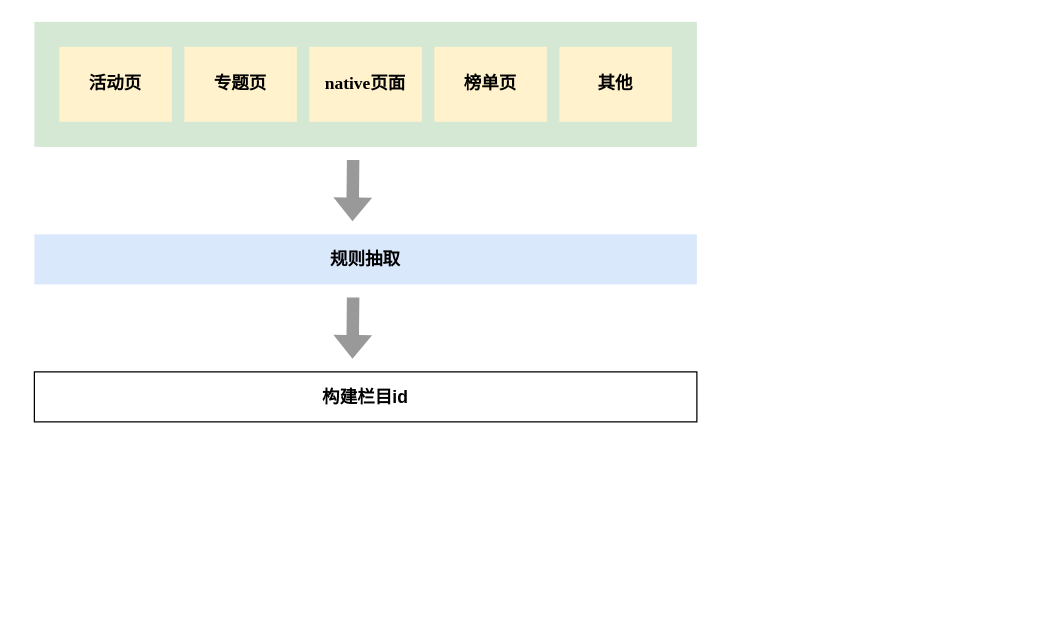
mineminemine123/work-wiki keeps this draw.io diagram as 栏目重构.drawio. Above is the earlier version. Source tidied: cells renumbered, new cells numbered last; positions are measured from the earlier drawing's top-left corner, leaving out a move shared by most shapes. Both pictures are drawn from the tidied source at 125%, with x=0, y=0 at pixel (34, 21).
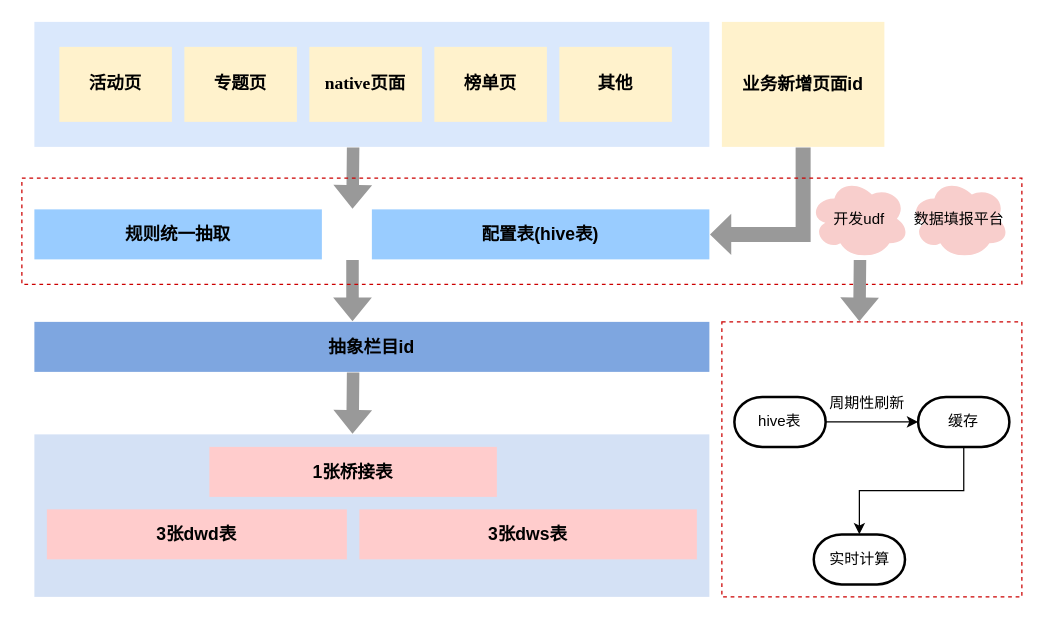
The same page after the edit.

Commit message:
更新栏目重构.drawio

What changed in the source:
```diff
@@
+    <mxCell id="12" style="rounded=0;whiteSpace=wrap;html=1;fontColor=none;fillColor=#D4E1F5;strokeColor=none;" parent="1" vertex="1">
+      <mxGeometry y="330" width="540" height="130" as="geometry" />
+    </mxCell>
-    <mxCell id="2" style="rounded=0;whiteSpace=wrap;html=1;fillColor=#D5E8D4;strokeColor=none;" parent="1" vertex="1">
-      <mxGeometry width="530" height="100" as="geometry" />
+    <mxCell id="2" style="rounded=0;whiteSpace=wrap;html=1;fillColor=#DAE8FC;strokeColor=none;" parent="1" vertex="1">
+      <mxGeometry width="540" height="100" as="geometry" />
     </mxCell>
@@
-    <mxCell id="6" value="&lt;div class=&quot;okr-block-clipboard&quot; style=&quot;font-size: 14px&quot;&gt;&lt;/div&gt;&lt;div style=&quot;font-size: 14px&quot;&gt;其他&lt;/div&gt;" style="rounded=0;whiteSpace=wrap;html=1;sketch=0;fontStyle=1;fontFamily=Times New Roman;fontSize=14;strokeColor=none;fillColor=#fff2cc;" parent="1" vertex="1">
+    <mxCell id="6" value="&lt;div class=&quot;okr-block-clipboard&quot; style=&quot;font-size: 14px&quot;&gt;&lt;/div&gt;&lt;div style=&quot;font-size: 14px&quot;&gt;其他&lt;/div&gt;" style="rounded=0;whiteSpace=wrap;html=1;sketch=0;fontStyle=1;fontFamily=Times New Roman;fontSize=14;strokeColor=none;fillColor=#FFF2CC;" parent="1" vertex="1">
       <mxGeometry x="420" y="20" width="90" height="60" as="geometry" />
     </mxCell>
-    <mxCell id="7" value="&lt;h3&gt;规则抽取&lt;/h3&gt;" style="rounded=0;whiteSpace=wrap;html=1;fillColor=#dae8fc;strokeColor=none;" parent="1" vertex="1">
-      <mxGeometry y="170" width="530" height="40" as="geometry" />
+    <mxCell id="7" value="&lt;h3&gt;规则统一抽取&lt;/h3&gt;" style="rounded=0;whiteSpace=wrap;html=1;fillColor=#99CCFF;strokeColor=none;" parent="1" vertex="1">
+      <mxGeometry y="150" width="230" height="40" as="geometry" />
     </mxCell>
-    <mxCell id="8" value="&lt;h3&gt;构建栏目id&lt;/h3&gt;" style="rounded=0;whiteSpace=wrap;html=1;" parent="1" vertex="1">
-      <mxGeometry y="280" width="530" height="40" as="geometry" />
+    <mxCell id="8" value="&lt;h3&gt;抽象栏目id&lt;/h3&gt;" style="rounded=0;whiteSpace=wrap;html=1;strokeColor=none;fillColor=#7EA6E0;" parent="1" vertex="1">
+      <mxGeometry y="240" width="540" height="40" as="geometry" />
     </mxCell>
@@
     <mxCell id="10" style="shape=flexArrow;endArrow=classic;html=1;rounded=0;strokeColor=none;fillColor=#999999;" parent="1" edge="1">
       <mxGeometry relative="1" as="geometry">
-        <mxPoint x="255" y="110" as="sourcePoint" />
-        <mxPoint x="254.5" y="160" as="targetPoint" />
+        <mxPoint x="255" y="100" as="sourcePoint" />
+        <mxPoint x="254.5" y="150" as="targetPoint" />
       </mxGeometry>
     </mxCell>
     <mxCell id="11" style="shape=flexArrow;endArrow=classic;html=1;rounded=0;strokeColor=none;fillColor=#999999;" parent="1" edge="1">
       <mxGeometry relative="1" as="geometry">
-        <mxPoint x="255" y="220" as="sourcePoint" />
-        <mxPoint x="254.5" y="270" as="targetPoint" />
+        <mxPoint x="254.5" y="190" as="sourcePoint" />
+        <mxPoint x="254.5" y="240" as="targetPoint" />
       </mxGeometry>
     </mxCell>
+    <mxCell id="13" value="&lt;h3&gt;1张桥接表&lt;/h3&gt;" style="rounded=0;whiteSpace=wrap;html=1;strokeColor=none;fillColor=#FFCCCC;" parent="1" vertex="1">
+      <mxGeometry x="140" y="340" width="230" height="40" as="geometry" />
+    </mxCell>
+    <mxCell id="14" value="&lt;h3&gt;3张dwd表&lt;/h3&gt;" style="rounded=0;whiteSpace=wrap;html=1;strokeColor=none;fillColor=#FFCCCC;" parent="1" vertex="1">
+      <mxGeometry x="10" y="390" width="240" height="40" as="geometry" />
+    </mxCell>
+    <mxCell id="15" value="&lt;h3&gt;3张dws表&lt;/h3&gt;" style="rounded=0;whiteSpace=wrap;html=1;strokeColor=none;fillColor=#FFCCCC;" parent="1" vertex="1">
+      <mxGeometry x="260" y="390" width="270" height="40" as="geometry" />
+    </mxCell>
+    <mxCell id="16" style="shape=flexArrow;endArrow=classic;html=1;rounded=0;strokeColor=none;fillColor=#999999;" parent="1" edge="1">
+      <mxGeometry relative="1" as="geometry">
+        <mxPoint x="255" y="280" as="sourcePoint" />
+        <mxPoint x="254.5" y="330" as="targetPoint" />
+      </mxGeometry>
+    </mxCell>
+    <mxCell id="17" value="&lt;h3&gt;配置表(hive表)&lt;/h3&gt;" style="rounded=0;whiteSpace=wrap;html=1;fillColor=#99CCFF;strokeColor=none;" parent="1" vertex="1">
+      <mxGeometry x="270" y="150" width="270" height="40" as="geometry" />
+    </mxCell>
+    <mxCell id="18" value="&lt;h3&gt;业务新增页面id&lt;/h3&gt;" style="rounded=0;whiteSpace=wrap;html=1;fillColor=#FFF2CC;strokeColor=none;" parent="1" vertex="1">
+      <mxGeometry x="550" width="130" height="100" as="geometry" />
+    </mxCell>
+    <mxCell id="19" style="shape=flexArrow;endArrow=classic;html=1;rounded=0;strokeColor=none;fillColor=#999999;entryX=1;entryY=0.5;entryDx=0;entryDy=0;width=12;endSize=5.33;exitX=0.5;exitY=1;exitDx=0;exitDy=0;" parent="1" edge="1" source="18" target="17">
+      <mxGeometry relative="1" as="geometry">
+        <Array as="points">
+          <mxPoint x="615" y="170" />
+          <mxPoint x="570" y="170" />
+        </Array>
+      </mxGeometry>
+    </mxCell>
+    <mxCell id="20" style="rounded=0;whiteSpace=wrap;html=1;dashed=1;fontColor=none;strokeColor=#CC0000;fillColor=none;" parent="1" vertex="1">
+      <mxGeometry x="-10" y="125" width="800" height="85" as="geometry" />
+    </mxCell>
+    <mxCell id="21" value="数据填报平台" style="ellipse;shape=cloud;whiteSpace=wrap;html=1;dashed=1;fontColor=none;strokeColor=none;fillColor=#F8CECC;" parent="1" vertex="1">
+      <mxGeometry x="700" y="125" width="80" height="65" as="geometry" />
+    </mxCell>
+    <mxCell id="22" value="开发udf" style="ellipse;shape=cloud;whiteSpace=wrap;html=1;dashed=1;fontColor=none;strokeColor=none;fillColor=#F8CECC;" parent="1" vertex="1">
+      <mxGeometry x="620" y="125" width="80" height="65" as="geometry" />
+    </mxCell>
+    <mxCell id="23" style="rounded=0;whiteSpace=wrap;html=1;dashed=1;fontColor=none;strokeColor=#CC0000;fillColor=none;" parent="1" vertex="1">
+      <mxGeometry x="550" y="240" width="240" height="220" as="geometry" />
+    </mxCell>
+    <mxCell id="24" style="shape=flexArrow;endArrow=classic;html=1;rounded=0;strokeColor=none;fillColor=#999999;" parent="1" edge="1">
+      <mxGeometry relative="1" as="geometry">
+        <mxPoint x="660.5" y="190" as="sourcePoint" />
+        <mxPoint x="660" y="240" as="targetPoint" />
+      </mxGeometry>
+    </mxCell>
+    <mxCell id="25" style="edgeStyle=orthogonalEdgeStyle;rounded=0;jettySize=auto;html=1;exitX=0.5;exitY=1;exitDx=0;exitDy=0;exitPerimeter=0;fontColor=none;fillColor=#999999;" parent="1" edge="1" source="26" target="29">
+      <mxGeometry relative="1" as="geometry" />
+    </mxCell>
+    <mxCell id="26" value="缓存" style="strokeWidth=2;html=1;shape=mxgraph.flowchart.terminator;whiteSpace=wrap;fontColor=none;fillColor=default;" parent="1" vertex="1">
+      <mxGeometry x="707" y="300" width="73" height="40" as="geometry" />
+    </mxCell>
+    <mxCell id="27" style="edgeStyle=orthogonalEdgeStyle;rounded=0;jettySize=auto;html=1;exitX=1;exitY=0.5;exitDx=0;exitDy=0;exitPerimeter=0;fontColor=none;fillColor=#999999;" parent="1" edge="1" source="28" target="26">
+      <mxGeometry relative="1" as="geometry" />
+    </mxCell>
+    <mxCell id="28" value="hive表" style="strokeWidth=2;html=1;shape=mxgraph.flowchart.terminator;whiteSpace=wrap;fontColor=none;fillColor=default;" parent="1" vertex="1">
+      <mxGeometry x="560" y="300" width="73" height="40" as="geometry" />
+    </mxCell>
+    <mxCell id="29" value="实时计算" style="strokeWidth=2;html=1;shape=mxgraph.flowchart.terminator;whiteSpace=wrap;fontColor=none;fillColor=default;" parent="1" vertex="1">
+      <mxGeometry x="623.5" y="410" width="73" height="40" as="geometry" />
+    </mxCell>
+    <mxCell id="30" value="周期性刷新" style="text;html=1;strokeColor=none;fillColor=none;align=center;verticalAlign=middle;whiteSpace=wrap;rounded=0;fontColor=none;" parent="1" vertex="1">
+      <mxGeometry x="633" y="290" width="67" height="30" as="geometry" />
+    </mxCell>
```
